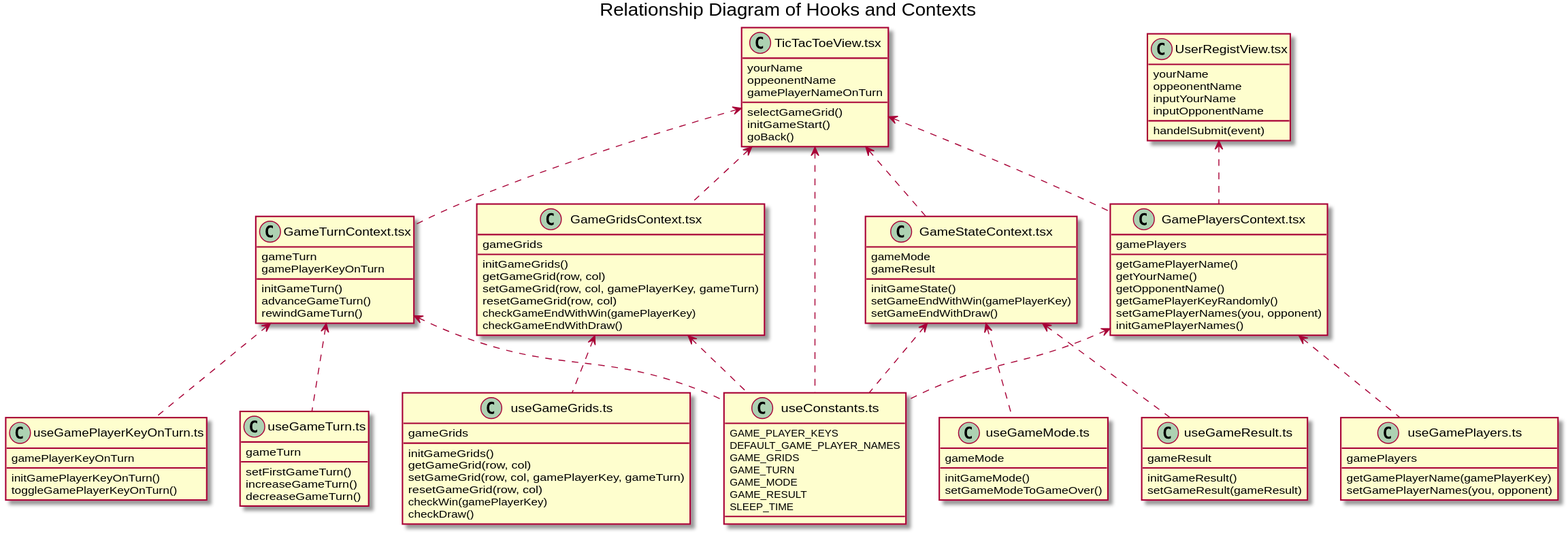
This is tic-tac-toe/md/hooks-contexts-relationship-diagram.svg from hi2k1978/react-samples, a PlantUML export, as it was before one commit.
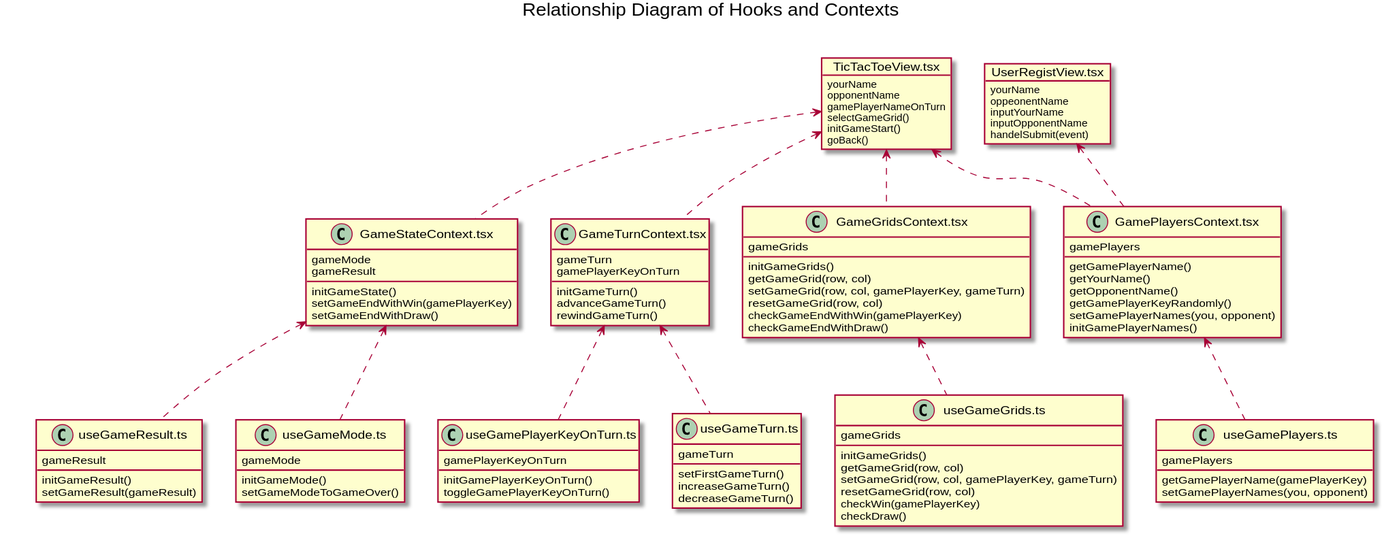
The same diagram one commit later.

The edit, as a diff of the source:
```diff
@@ -1,23 +1,24 @@
 @startuml
 title Relationship Diagram of Hooks and Contexts
 
-class "UserRegistView.tsx" as UserRegistView {
-	yourName
-	oppeonentName
-	inputYourName
-	inputOpponentName
-	handelSubmit(event)
+together {
+	object "UserRegistView.tsx" as UserRegistView
+	UserRegistView : yourName
+	UserRegistView : oppeonentName
+	UserRegistView : inputYourName
+	UserRegistView : inputOpponentName
+	UserRegistView : handelSubmit(event)
+
+	object "TicTacToeView.tsx" as TicTacToeView
+	TicTacToeView : yourName
+	TicTacToeView : opponentName
+	TicTacToeView : gamePlayerNameOnTurn
+	TicTacToeView : selectGameGrid()
+	TicTacToeView : initGameStart()
+	TicTacToeView : goBack()
+
 }
-
-class "TicTacToeView.tsx" as TicTacToeView {
-	yourName
-	oppeonentName
-	gamePlayerNameOnTurn
-	selectGameGrid()
-	initGameStart()
-	goBack()
-}
-
+together {
 class "GameGridsContext.tsx" as GameGridsContext {
 	gameGrids
 	initGameGrids()
@@ -54,16 +55,9 @@
 	rewindGameTurn()
 }
 
+}
 
-class "useConstants.ts" as useConstants {
-	GAME_PLAYER_KEYS
-	DEFAULT_GAME_PLAYER_NAMES
-	GAME_GRIDS
-	GAME_TURN
-	GAME_MODE
-	GAME_RESULT
-	SLEEP_TIME
-}
+together {
 
 class "useGameGrids.ts" as useGameGrids {
 	gameGrids
@@ -105,26 +99,24 @@
 	initGamePlayerKeyOnTurn()
 	toggleGamePlayerKeyOnTurn()
 }
+}
 
 UserRegistView <.. GamePlayersContext
+
 TicTacToeView <.. GameGridsContext
 TicTacToeView <.. GamePlayersContext
 TicTacToeView <.. GameStateContext
 TicTacToeView <.. GameTurnContext
-TicTacToeView <.. useConstants
 
-GameGridsContext <.. useConstants
 GameGridsContext <.. useGameGrids
 
-GamePlayersContext <.. useConstants
 GamePlayersContext <.. useGamePlayers
 
-GameStateContext <.. useConstants
 GameStateContext <.. useGameMode
 GameStateContext <.. useGameResult
 
-GameTurnContext <.. useConstants
 GameTurnContext <.. useGamePlayerKeyOnTurn
 GameTurnContext <.. useGameTurn
 
+
 @enduml
```
